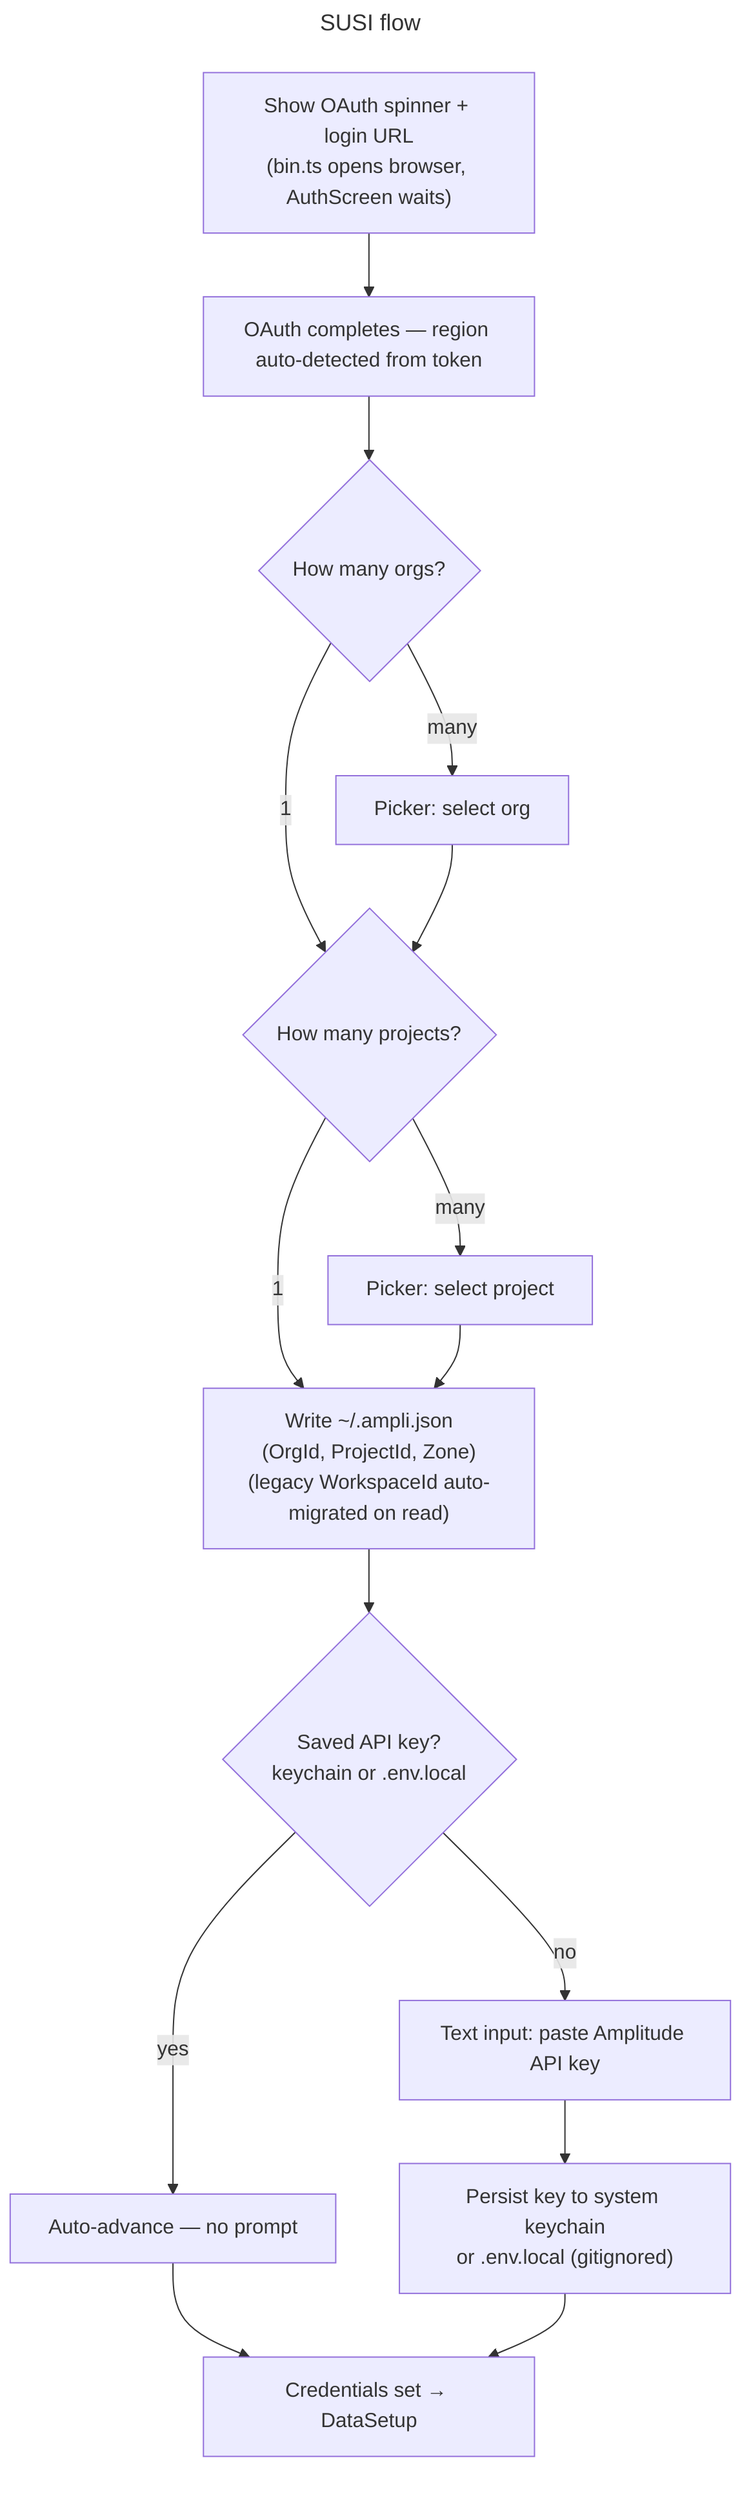
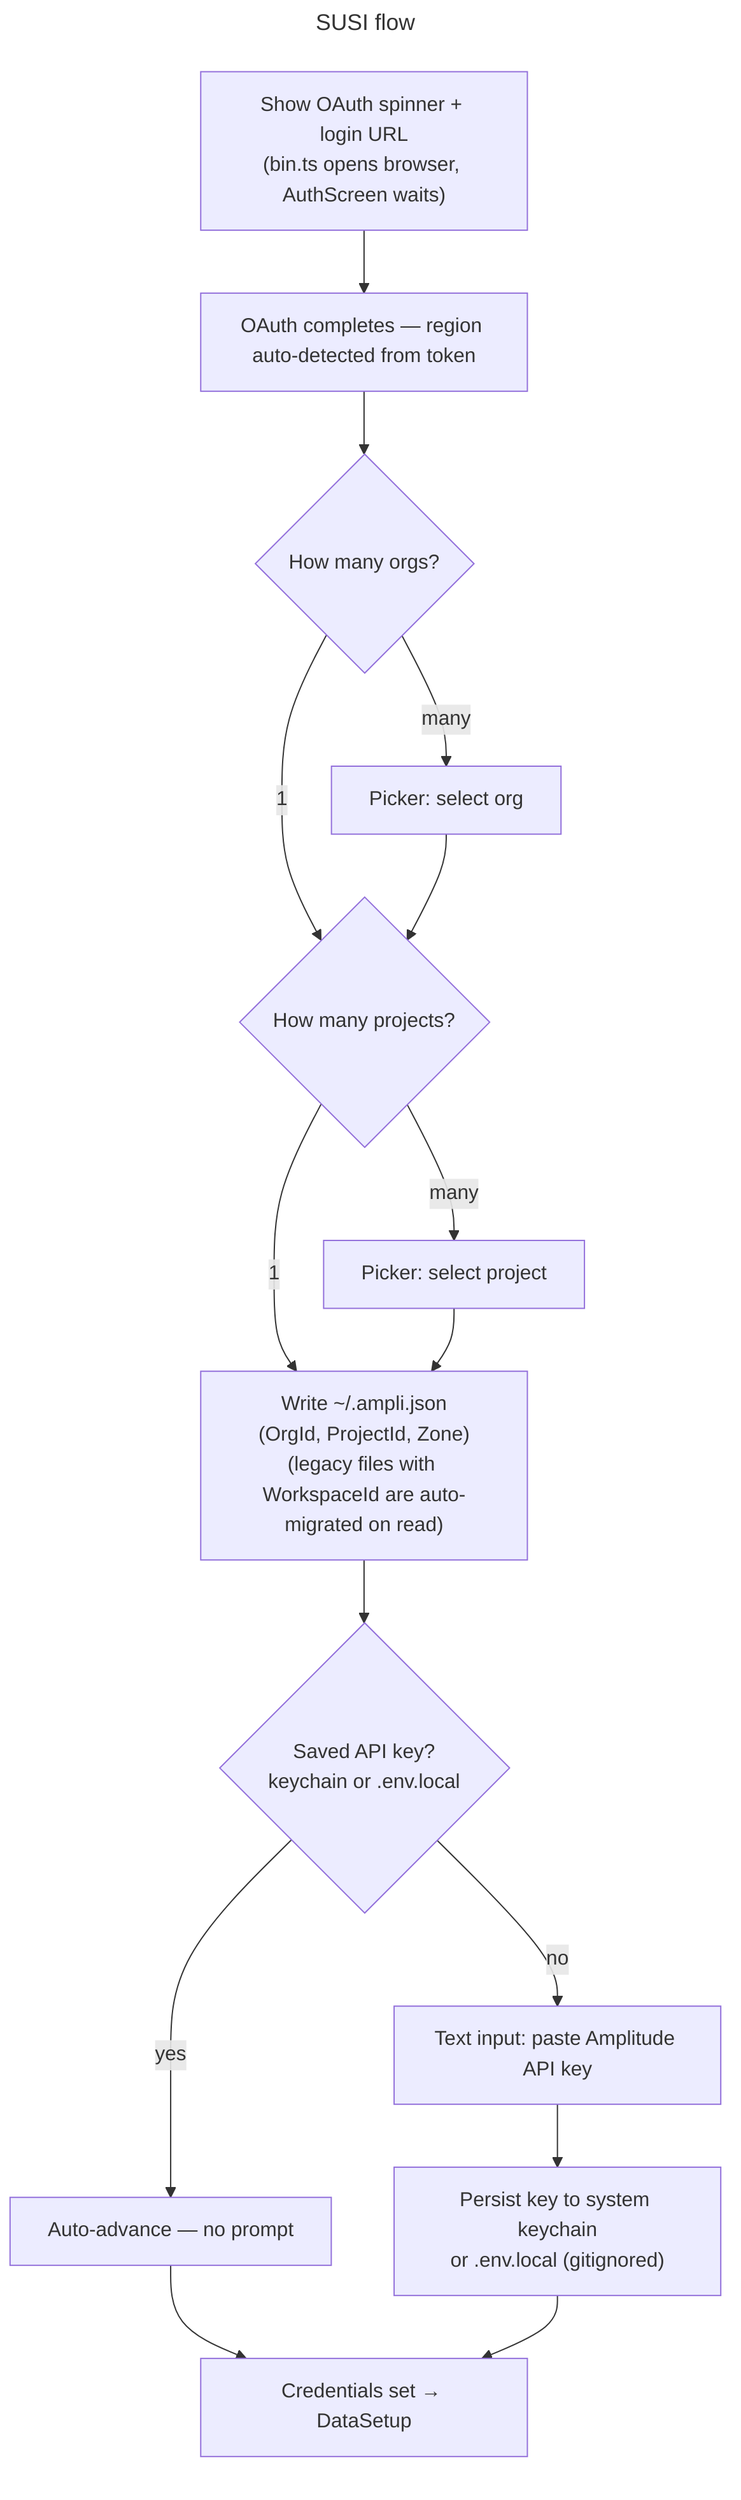
---
title: SUSI flow
---
flowchart TD
    OAUTH_WAIT["Show OAuth spinner + login URL<br/>(bin.ts opens browser, AuthScreen waits)"]
    OAUTH_WAIT --> OAUTH_DONE["OAuth completes — region auto-detected from token"]

    OAUTH_DONE --> ORG_COUNT{How many orgs?}
    ORG_COUNT -->|1| PROJECT_COUNT
    ORG_COUNT -->|many| ORG_PICKER["Picker: select org"] --> PROJECT_COUNT

    PROJECT_COUNT{How many projects?}
    PROJECT_COUNT -->|1| WRITE_AMPLI
    PROJECT_COUNT -->|many| WS_PICKER["Picker: select project"] --> WRITE_AMPLI

-     WRITE_AMPLI["Write ~/.ampli.json<br/>(OrgId, ProjectId, Zone)<br/>(legacy WorkspaceId auto-migrated on read)"]
+     WRITE_AMPLI["Write ~/.ampli.json<br/>(OrgId, ProjectId, Zone)<br/>(legacy files with WorkspaceId are auto-migrated on read)"]

    WRITE_AMPLI --> KEY_CHECK{Saved API key?<br/>keychain or .env.local}
    KEY_CHECK -->|yes| AUTO_KEY["Auto-advance — no prompt"]
    KEY_CHECK -->|no| KEY_INPUT["Text input: paste Amplitude API key"]
    KEY_INPUT --> PERSIST["Persist key to system keychain<br/>or .env.local (gitignored)"]

    AUTO_KEY --> DONE["Credentials set → DataSetup"]
-     PERSIST --> DONE
+     PERSIST --> DONE